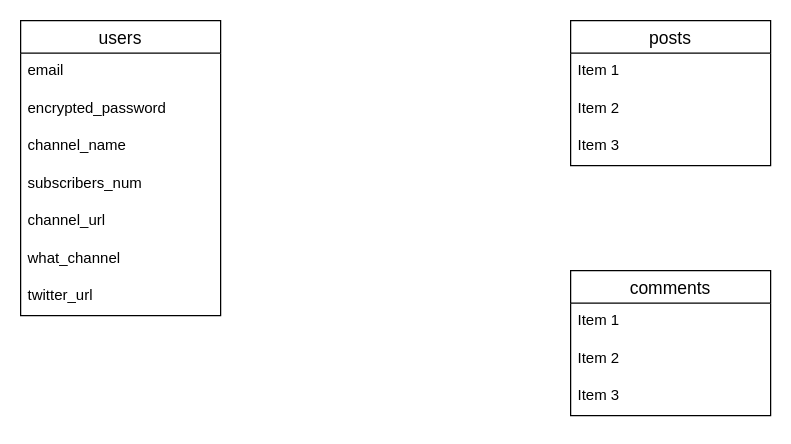
The draw.io diagram table_er.dio in yamaken227/next-youtube, before the edit. Source tidied: cells renumbered, new cells numbered last; positions are measured from the earlier drawing's top-left corner, leaving out a move shared by most shapes. Both pictures are drawn from the tidied source at 125%, with x=0, y=0 at pixel (20, 20).
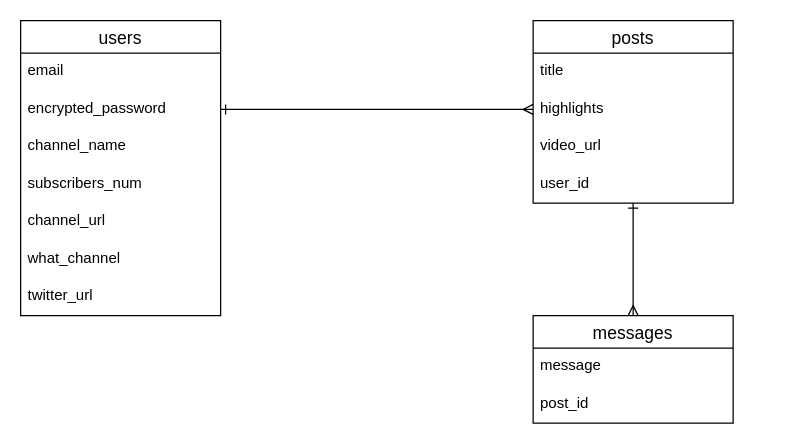
The same diagram, later.

The edit, as a diff of the source:
```diff
@@
 <mxGraphModel>
   <root>
     <mxCell id="0" />
     <mxCell id="1" parent="0" />
     <mxCell id="2" value="users" style="swimlane;fontStyle=0;horizontal=1;startSize=26;align=center;fontSize=14;" parent="1" vertex="1">
       <mxGeometry width="160" height="236" as="geometry" />
     </mxCell>
     <mxCell id="3" value="email" style="text;strokeColor=none;fillColor=none;spacingLeft=4;spacingRight=4;overflow=hidden;fontSize=12;" parent="2" vertex="1">
       <mxGeometry y="26" width="160" height="30" as="geometry" />
     </mxCell>
     <mxCell id="4" value="encrypted_password" style="text;strokeColor=none;fillColor=none;spacingLeft=4;spacingRight=4;overflow=hidden;points=[[0,0.5],[1,0.5]];portConstraint=eastwest;fontSize=12;" parent="2" vertex="1">
       <mxGeometry y="56" width="160" height="30" as="geometry" />
     </mxCell>
     <mxCell id="5" value="channel_name" style="text;strokeColor=none;fillColor=none;spacingLeft=4;spacingRight=4;overflow=hidden;fontSize=12;" parent="2" vertex="1">
       <mxGeometry y="86" width="160" height="30" as="geometry" />
     </mxCell>
     <mxCell id="6" value="subscribers_num" style="text;strokeColor=none;fillColor=none;spacingLeft=4;spacingRight=4;overflow=hidden;fontSize=12;" parent="2" vertex="1">
       <mxGeometry y="116" width="160" height="30" as="geometry" />
     </mxCell>
     <mxCell id="7" value="channel_url" style="text;strokeColor=none;fillColor=none;spacingLeft=4;spacingRight=4;overflow=hidden;fontSize=12;" parent="2" vertex="1">
       <mxGeometry y="146" width="160" height="30" as="geometry" />
     </mxCell>
     <mxCell id="8" value="what_channel" style="text;strokeColor=none;fillColor=none;spacingLeft=4;spacingRight=4;overflow=hidden;fontSize=12;" parent="2" vertex="1">
       <mxGeometry y="176" width="160" height="30" as="geometry" />
     </mxCell>
     <mxCell id="9" value="twitter_url" style="text;strokeColor=none;fillColor=none;spacingLeft=4;spacingRight=4;overflow=hidden;fontSize=12;" parent="2" vertex="1">
       <mxGeometry y="206" width="160" height="30" as="geometry" />
     </mxCell>
+    <mxCell id="18" style="edgeStyle=orthogonalEdgeStyle;rounded=0;jettySize=auto;html=1;entryX=0.5;entryY=0;entryDx=0;entryDy=0;startArrow=ERone;startFill=0;endArrow=ERmany;endFill=0;" parent="1" edge="1" source="10" target="14">
+      <mxGeometry relative="1" as="geometry" />
+    </mxCell>
     <mxCell id="10" value="posts" style="swimlane;fontStyle=0;horizontal=1;startSize=26;align=center;fontSize=14;" parent="1" vertex="1">
-      <mxGeometry x="440" width="160" height="116" as="geometry" />
+      <mxGeometry x="410" width="160" height="146" as="geometry" />
     </mxCell>
-    <mxCell id="11" value="Item 1" style="text;strokeColor=none;fillColor=none;spacingLeft=4;spacingRight=4;overflow=hidden;fontSize=12;" parent="10" vertex="1">
+    <mxCell id="11" value="title" style="text;strokeColor=none;fillColor=none;spacingLeft=4;spacingRight=4;overflow=hidden;fontSize=12;" parent="10" vertex="1">
       <mxGeometry y="26" width="160" height="30" as="geometry" />
     </mxCell>
-    <mxCell id="12" value="Item 2" style="text;strokeColor=none;fillColor=none;spacingLeft=4;spacingRight=4;overflow=hidden;points=[[0,0.5],[1,0.5]];portConstraint=eastwest;fontSize=12;" parent="10" vertex="1">
+    <mxCell id="12" value="highlights" style="text;strokeColor=none;fillColor=none;spacingLeft=4;spacingRight=4;overflow=hidden;points=[[0,0.5],[1,0.5]];portConstraint=eastwest;fontSize=12;" parent="10" vertex="1">
       <mxGeometry y="56" width="160" height="30" as="geometry" />
     </mxCell>
-    <mxCell id="13" value="Item 3" style="text;strokeColor=none;fillColor=none;spacingLeft=4;spacingRight=4;overflow=hidden;fontSize=12;" parent="10" vertex="1">
+    <mxCell id="13" value="video_url" style="text;strokeColor=none;fillColor=none;spacingLeft=4;spacingRight=4;overflow=hidden;fontSize=12;" parent="10" vertex="1">
       <mxGeometry y="86" width="160" height="30" as="geometry" />
     </mxCell>
+    <mxCell id="19" value="user_id" style="text;strokeColor=none;fillColor=none;spacingLeft=4;spacingRight=4;overflow=hidden;fontSize=12;" parent="10" vertex="1">
+      <mxGeometry y="116" width="160" height="30" as="geometry" />
+    </mxCell>
-    <mxCell id="14" value="comments" style="swimlane;fontStyle=0;horizontal=1;startSize=26;align=center;fontSize=14;" parent="1" vertex="1">
-      <mxGeometry x="440" y="200" width="160" height="116" as="geometry" />
+    <mxCell id="14" value="messages" style="swimlane;fontStyle=0;horizontal=1;startSize=26;align=center;fontSize=14;" parent="1" vertex="1">
+      <mxGeometry x="410" y="236" width="160" height="86" as="geometry" />
     </mxCell>
-    <mxCell id="15" value="Item 1" style="text;strokeColor=none;fillColor=none;spacingLeft=4;spacingRight=4;overflow=hidden;fontSize=12;" parent="14" vertex="1">
+    <mxCell id="15" value="message" style="text;strokeColor=none;fillColor=none;spacingLeft=4;spacingRight=4;overflow=hidden;fontSize=12;" parent="14" vertex="1">
       <mxGeometry y="26" width="160" height="30" as="geometry" />
     </mxCell>
-    <mxCell id="16" value="Item 2" style="text;strokeColor=none;fillColor=none;spacingLeft=4;spacingRight=4;overflow=hidden;fontSize=12;" parent="14" vertex="1">
+    <mxCell id="16" value="post_id" style="text;strokeColor=none;fillColor=none;spacingLeft=4;spacingRight=4;overflow=hidden;fontSize=12;" parent="14" vertex="1">
       <mxGeometry y="56" width="160" height="30" as="geometry" />
     </mxCell>
-    <mxCell id="17" value="Item 3" style="text;strokeColor=none;fillColor=none;spacingLeft=4;spacingRight=4;overflow=hidden;fontSize=12;" parent="14" vertex="1">
-      <mxGeometry y="86" width="160" height="30" as="geometry" />
-    </mxCell>
+    <mxCell id="20" style="edgeStyle=orthogonalEdgeStyle;rounded=0;jettySize=auto;html=1;entryX=0;entryY=0.5;entryDx=0;entryDy=0;endArrow=ERmany;endFill=0;startArrow=ERone;startFill=0;" parent="1" edge="1" source="4" target="12">
+      <mxGeometry relative="1" as="geometry" />
+    </mxCell>
   </root>
 </mxGraphModel>
```
